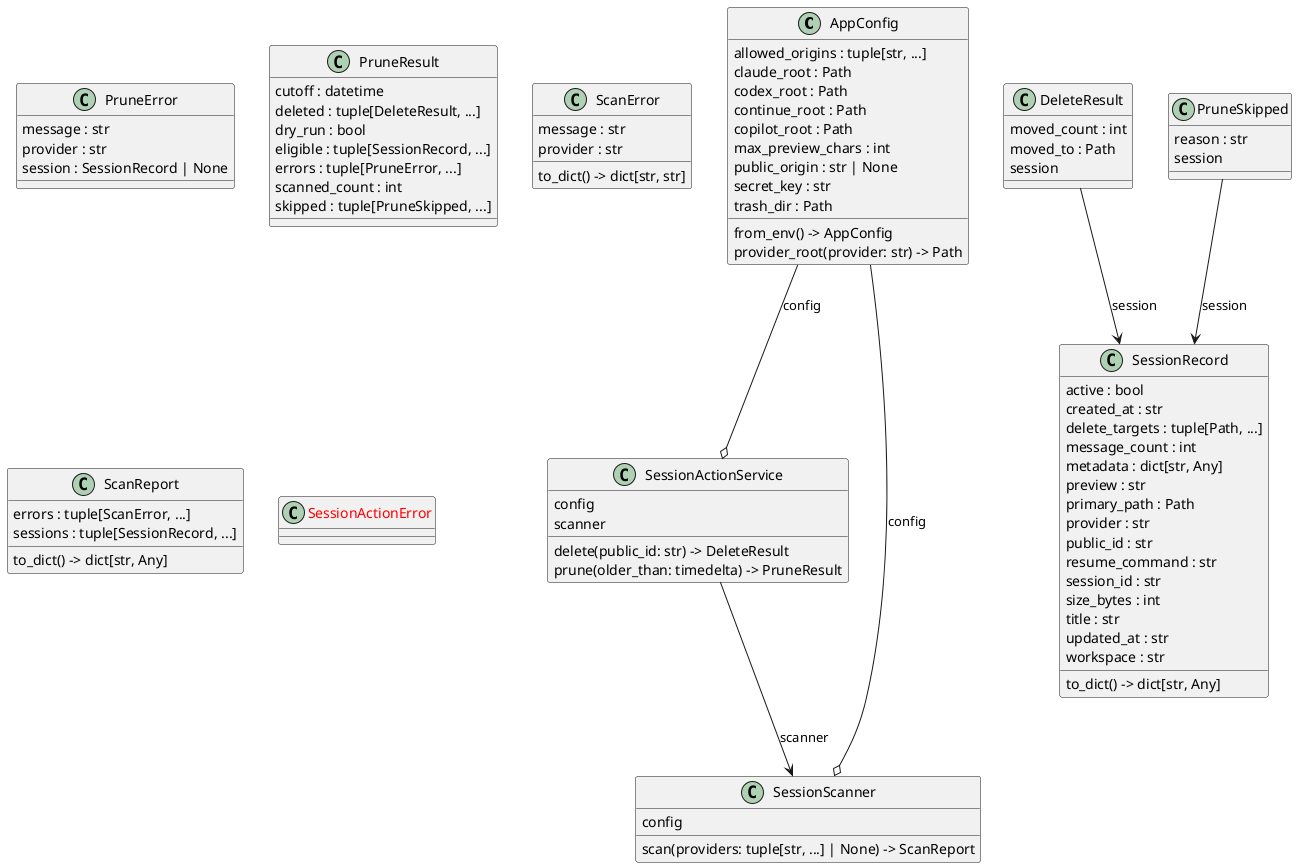
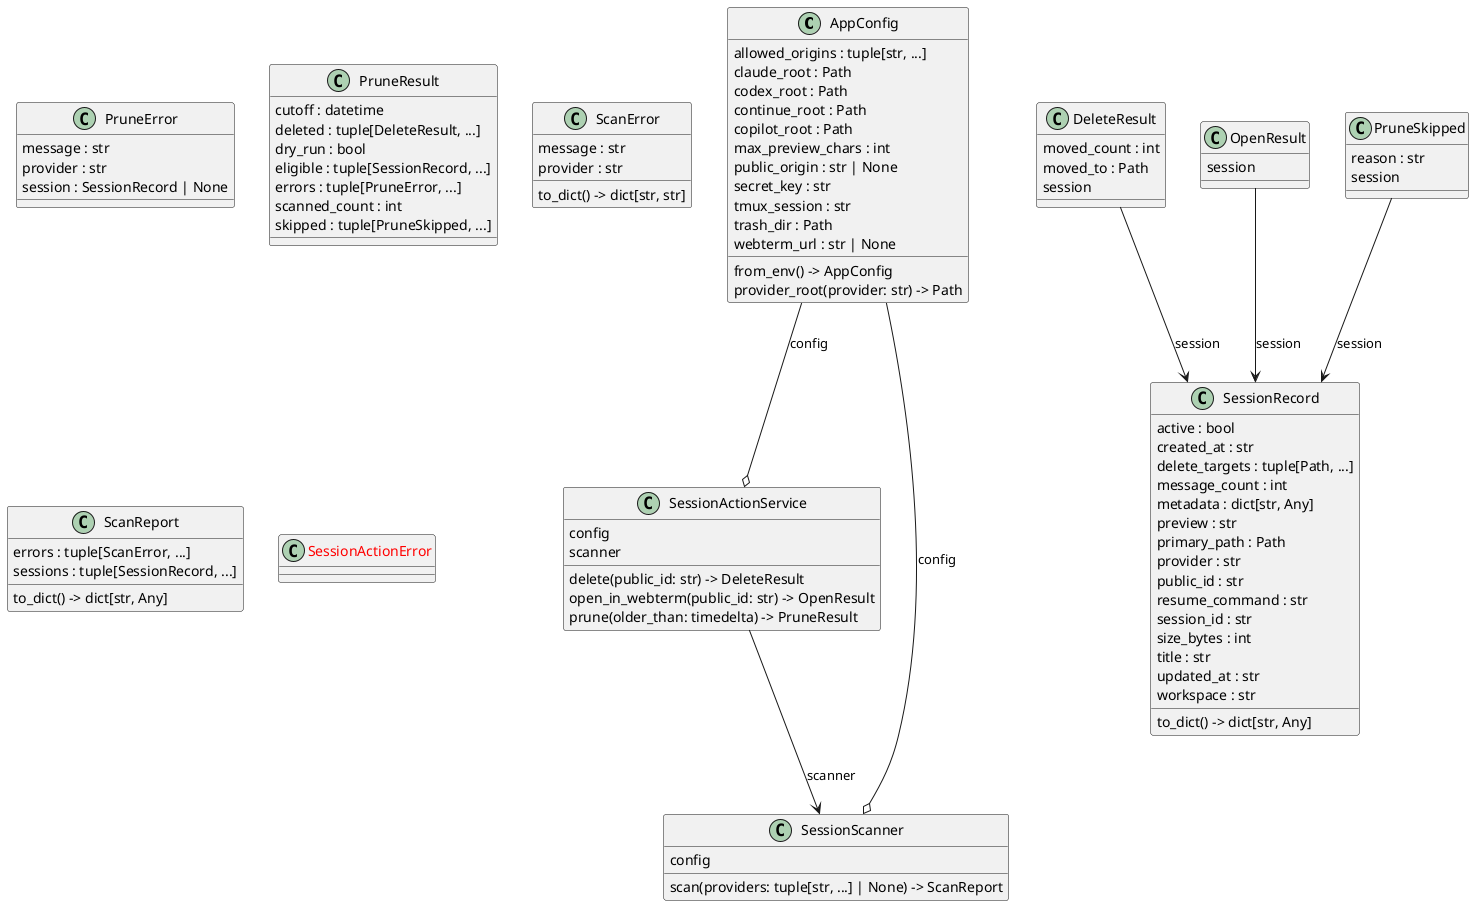
@startuml classes_session-control
set namespaceSeparator none
class "AppConfig" as session_control.config.AppConfig {
  allowed_origins : tuple[str, ...]
  claude_root : Path
  codex_root : Path
  continue_root : Path
  copilot_root : Path
  max_preview_chars : int
  public_origin : str | None
  secret_key : str
+   tmux_session : str
  trash_dir : Path
+   webterm_url : str | None
  from_env() -> AppConfig
  provider_root(provider: str) -> Path
}
class "DeleteResult" as session_control.actions.DeleteResult {
  moved_count : int
  moved_to : Path
+   session
+ }
+ class "OpenResult" as session_control.actions.OpenResult {
  session
}
class "PruneError" as session_control.actions.PruneError {
  message : str
  provider : str
  session : SessionRecord | None
}
class "PruneResult" as session_control.actions.PruneResult {
  cutoff : datetime
  deleted : tuple[DeleteResult, ...]
  dry_run : bool
  eligible : tuple[SessionRecord, ...]
  errors : tuple[PruneError, ...]
  scanned_count : int
  skipped : tuple[PruneSkipped, ...]
}
class "PruneSkipped" as session_control.actions.PruneSkipped {
  reason : str
  session
}
class "ScanError" as session_control.models.ScanError {
  message : str
  provider : str
  to_dict() -> dict[str, str]
}
class "ScanReport" as session_control.models.ScanReport {
  errors : tuple[ScanError, ...]
  sessions : tuple[SessionRecord, ...]
  to_dict() -> dict[str, Any]
}
class "<color:red>SessionActionError</color>" as session_control.actions.SessionActionError {
}
class "SessionActionService" as session_control.actions.SessionActionService {
  config
  scanner
  delete(public_id: str) -> DeleteResult
+   open_in_webterm(public_id: str) -> OpenResult
  prune(older_than: timedelta) -> PruneResult
}
class "SessionRecord" as session_control.models.SessionRecord {
  active : bool
  created_at : str
  delete_targets : tuple[Path, ...]
  message_count : int
  metadata : dict[str, Any]
  preview : str
  primary_path : Path
  provider : str
  public_id : str
  resume_command : str
  session_id : str
  size_bytes : int
  title : str
  updated_at : str
  workspace : str
  to_dict() -> dict[str, Any]
}
class "SessionScanner" as session_control.scanner.SessionScanner {
  config
  scan(providers: tuple[str, ...] | None) -> ScanReport
}
session_control.actions.DeleteResult --> session_control.models.SessionRecord : session
+ session_control.actions.OpenResult --> session_control.models.SessionRecord : session
session_control.actions.PruneSkipped --> session_control.models.SessionRecord : session
session_control.actions.SessionActionService --> session_control.scanner.SessionScanner : scanner
session_control.config.AppConfig --o session_control.actions.SessionActionService : config
session_control.config.AppConfig --o session_control.scanner.SessionScanner : config
@enduml
